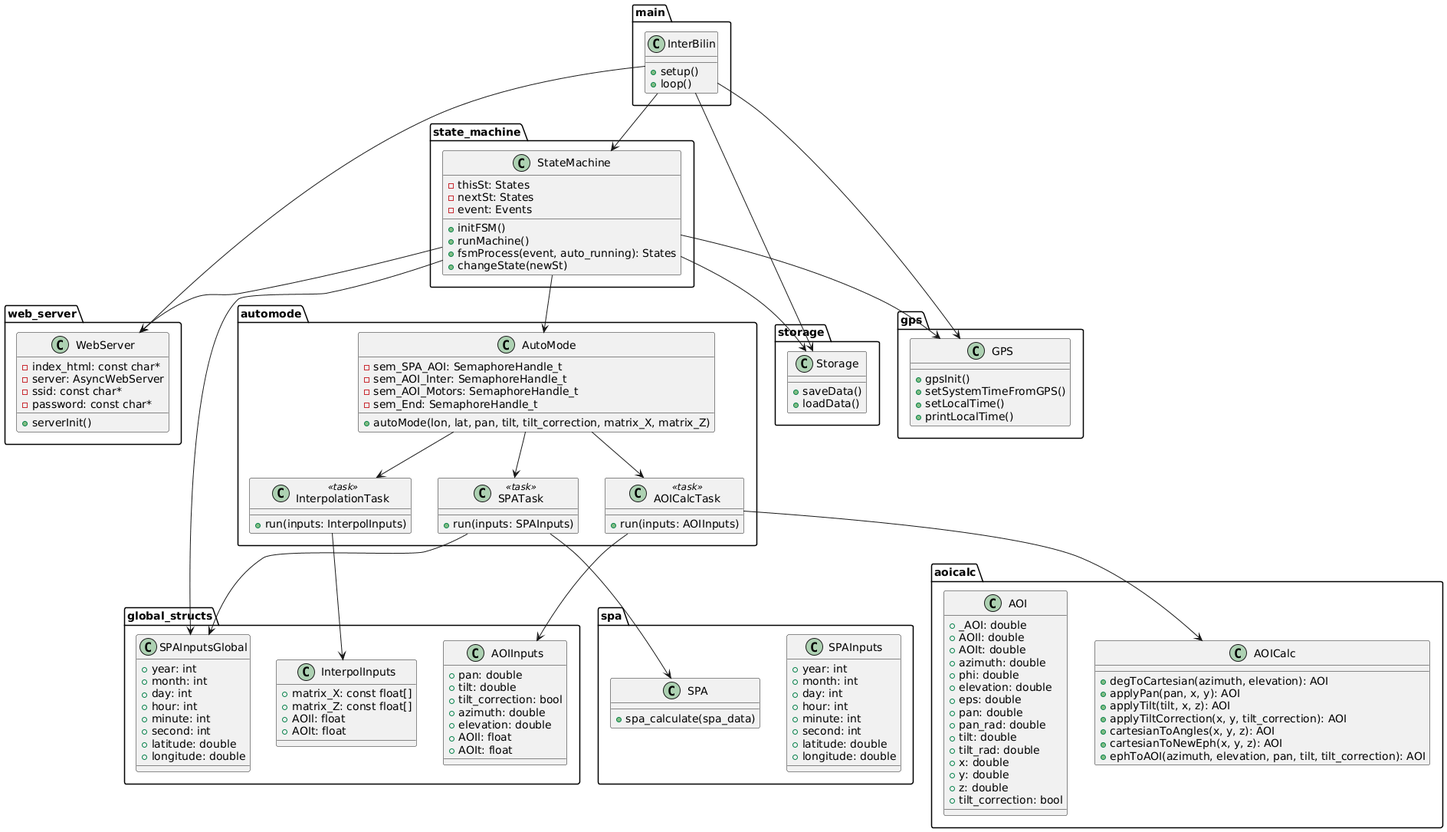
Earlier version of the PlantUML export documentation/UML/uml.png (isi-ies-group/Window_Control). The source it was exported from:
```plantuml
@startuml
package "main" {
  class InterBilin {
    +setup()
    +loop()
  }
}

package "state_machine" {
  class StateMachine {
    -thisSt: States
    -nextSt: States
    -event: Events
    +initFSM()
    +runMachine()
    +fsmProcess(event, auto_running): States
    +changeState(newSt)
  }
}

package "automode" {
  class AutoMode {
    -sem_SPA_AOI: SemaphoreHandle_t
    -sem_AOI_Inter: SemaphoreHandle_t
    -sem_AOI_Motors: SemaphoreHandle_t
    -sem_End: SemaphoreHandle_t
    +autoMode(lon, lat, pan, tilt, tilt_correction, matrix_X, matrix_Z)
  }

  class SPATask <<task>> {
    +run(inputs: SPAInputs)
  }
  class AOICalcTask <<task>> {
    +run(inputs: AOIInputs)
  }
  class InterpolationTask <<task>> {
    +run(inputs: InterpolInputs)
  }
}

package "aoicalc" {
  class AOI {
    +_AOI: double
    +AOIl: double
    +AOIt: double
    +azimuth: double
    +phi: double
    +elevation: double
    +eps: double
    +pan: double
    +pan_rad: double
    +tilt: double
    +tilt_rad: double
    +x: double
    +y: double
    +z: double
    +tilt_correction: bool
  }

  class AOICalc {
    +degToCartesian(azimuth, elevation): AOI
    +applyPan(pan, x, y): AOI
    +applyTilt(tilt, x, z): AOI
    +applyTiltCorrection(x, y, tilt_correction): AOI
    +cartesianToAngles(x, y, z): AOI
    +cartesianToNewEph(x, y, z): AOI
    +ephToAOI(azimuth, elevation, pan, tilt, tilt_correction): AOI
  }
}

package "spa" {
  class SPA {
    +spa_calculate(spa_data)
  }
  class SPAInputs {
    +year: int
    +month: int
    +day: int
    +hour: int
    +minute: int
    +second: int
    +latitude: double
    +longitude: double
  }
}

package "global_structs" {
  class AOIInputs {
    +pan: double
    +tilt: double
    +tilt_correction: bool
    +azimuth: double
    +elevation: double
    +AOIl: float
    +AOIt: float
  }

  class InterpolInputs {
    +matrix_X: const float[]
    +matrix_Z: const float[]
    +AOIl: float
    +AOIt: float
  }

  class SPAInputsGlobal {
    +year: int
    +month: int
    +day: int
    +hour: int
    +minute: int
    +second: int
    +latitude: double
    +longitude: double
  }
}

package "web_server" {
  class WebServer {
    +serverInit()
    -index_html: const char*
    -server: AsyncWebServer
    -ssid: const char*
    -password: const char*
  }
}

package "storage" {
  class Storage {
    +saveData()
    +loadData()
  }
}

package "gps" {
  class GPS {
    +gpsInit()
    +setSystemTimeFromGPS()
    +setLocalTime()
    +printLocalTime()
  }
}

InterBilin --> WebServer
InterBilin --> GPS
InterBilin --> Storage
InterBilin --> StateMachine

StateMachine --> SPAInputsGlobal
StateMachine --> WebServer
StateMachine --> Storage
StateMachine --> GPS

StateMachine --> AutoMode

AutoMode --> SPATask
AutoMode --> AOICalcTask
AutoMode --> InterpolationTask

SPATask --> SPAInputsGlobal
AOICalcTask --> AOIInputs
InterpolationTask --> InterpolInputs

AOICalcTask --> AOICalc
SPATask --> SPA
@enduml
```
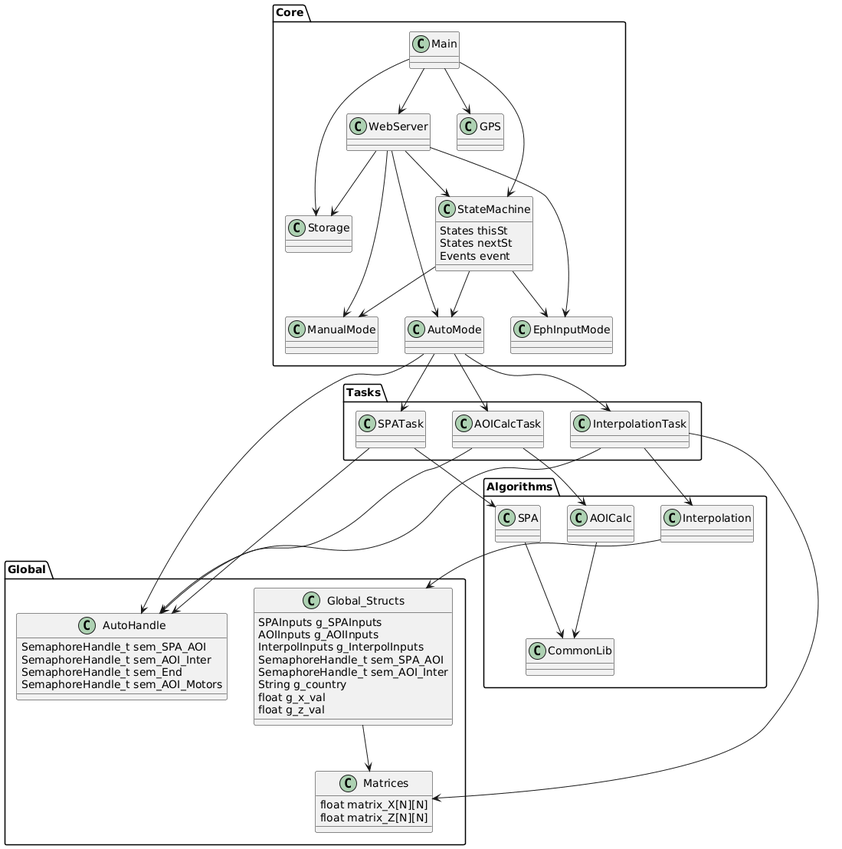
The same file after the commit.

The edit, as a diff of the source:
```diff
@@ -1,165 +1,103 @@
 @startuml
-package "main" {
-  class InterBilin {
-    +setup()
-    +loop()
+package "Global" {
+  class Global_Structs {
+    SPAInputs g_SPAInputs
+    AOIInputs g_AOIInputs
+    InterpolInputs g_InterpolInputs
+    SemaphoreHandle_t sem_SPA_AOI
+    SemaphoreHandle_t sem_AOI_Inter
+    String g_country
+    float g_x_val
+    float g_z_val
+  }
+
+  class Matrices {
+    float matrix_X[N][N]
+    float matrix_Z[N][N]
+  }
+
+  class AutoHandle {
+    SemaphoreHandle_t sem_SPA_AOI
+    SemaphoreHandle_t sem_AOI_Inter
+    SemaphoreHandle_t sem_End
+    SemaphoreHandle_t sem_AOI_Motors
   }
 }
 
-package "state_machine" {
+package "Core" {
+  class Main
+
   class StateMachine {
-    -thisSt: States
-    -nextSt: States
-    -event: Events
-    +initFSM()
-    +runMachine()
-    +fsmProcess(event, auto_running): States
-    +changeState(newSt)
+    States thisSt
+    States nextSt
+    Events event
   }
+
+  class Storage
+
+  class GPS
+
+  class WebServer
+
+  class AutoMode
+
+  class EphInputMode
+
+  class ManualMode
 }
 
-package "automode" {
-  class AutoMode {
-    -sem_SPA_AOI: SemaphoreHandle_t
-    -sem_AOI_Inter: SemaphoreHandle_t
-    -sem_AOI_Motors: SemaphoreHandle_t
-    -sem_End: SemaphoreHandle_t
-    +autoMode(lon, lat, pan, tilt, tilt_correction, matrix_X, matrix_Z)
-  }
+package "Algorithms" {
+  class SPA
 
-  class SPATask <<task>> {
-    +run(inputs: SPAInputs)
-  }
-  class AOICalcTask <<task>> {
-    +run(inputs: AOIInputs)
-  }
-  class InterpolationTask <<task>> {
-    +run(inputs: InterpolInputs)
-  }
+  class AOICalc
+
+  class Interpolation
+
+  class CommonLib
 }
 
-package "aoicalc" {
-  class AOI {
-    +_AOI: double
-    +AOIl: double
-    +AOIt: double
-    +azimuth: double
-    +phi: double
-    +elevation: double
-    +eps: double
-    +pan: double
-    +pan_rad: double
-    +tilt: double
-    +tilt_rad: double
-    +x: double
-    +y: double
-    +z: double
-    +tilt_correction: bool
-  }
+package "Tasks" {
+  class SPATask
 
-  class AOICalc {
-    +degToCartesian(azimuth, elevation): AOI
-    +applyPan(pan, x, y): AOI
-    +applyTilt(tilt, x, z): AOI
-    +applyTiltCorrection(x, y, tilt_correction): AOI
-    +cartesianToAngles(x, y, z): AOI
-    +cartesianToNewEph(x, y, z): AOI
-    +ephToAOI(azimuth, elevation, pan, tilt, tilt_correction): AOI
-  }
+  class AOICalcTask
+
+  class InterpolationTask
 }
 
-package "spa" {
-  class SPA {
-    +spa_calculate(spa_data)
-  }
-  class SPAInputs {
-    +year: int
-    +month: int
-    +day: int
-    +hour: int
-    +minute: int
-    +second: int
-    +latitude: double
-    +longitude: double
-  }
-}
 
-package "global_structs" {
-  class AOIInputs {
-    +pan: double
-    +tilt: double
-    +tilt_correction: bool
-    +azimuth: double
-    +elevation: double
-    +AOIl: float
-    +AOIt: float
-  }
+Main --> WebServer
+Main --> GPS
+Main --> Storage
+Main --> StateMachine
 
-  class InterpolInputs {
-    +matrix_X: const float[]
-    +matrix_Z: const float[]
-    +AOIl: float
-    +AOIt: float
-  }
-
-  class SPAInputsGlobal {
-    +year: int
-    +month: int
-    +day: int
-    +hour: int
-    +minute: int
-    +second: int
-    +latitude: double
-    +longitude: double
-  }
-}
-
-package "web_server" {
-  class WebServer {
-    +serverInit()
-    -index_html: const char*
-    -server: AsyncWebServer
-    -ssid: const char*
-    -password: const char*
-  }
-}
-
-package "storage" {
-  class Storage {
-    +saveData()
-    +loadData()
-  }
-}
-
-package "gps" {
-  class GPS {
-    +gpsInit()
-    +setSystemTimeFromGPS()
-    +setLocalTime()
-    +printLocalTime()
-  }
-}
-
-InterBilin --> WebServer
-InterBilin --> GPS
-InterBilin --> Storage
-InterBilin --> StateMachine
-
-StateMachine --> SPAInputsGlobal
-StateMachine --> WebServer
-StateMachine --> Storage
-StateMachine --> GPS
+WebServer --> StateMachine
+WebServer --> AutoMode
+WebServer --> EphInputMode
+WebServer --> ManualMode
+WebServer --> Storage
 
 StateMachine --> AutoMode
+StateMachine --> EphInputMode
+StateMachine --> ManualMode
 
+AutoMode --> AutoHandle
 AutoMode --> SPATask
 AutoMode --> AOICalcTask
 AutoMode --> InterpolationTask
 
-SPATask --> SPAInputsGlobal
-AOICalcTask --> AOIInputs
-InterpolationTask --> InterpolInputs
+SPATask --> SPA
+SPATask --> AutoHandle
 
 AOICalcTask --> AOICalc
-SPATask --> SPA
+AOICalcTask --> AutoHandle
+
+InterpolationTask --> Interpolation
+InterpolationTask --> Matrices
+InterpolationTask --> AutoHandle
+
+AOICalc --> CommonLib
+SPA --> CommonLib
+Interpolation --> Global_Structs
+
+Global_Structs --> Matrices
 @enduml
```
